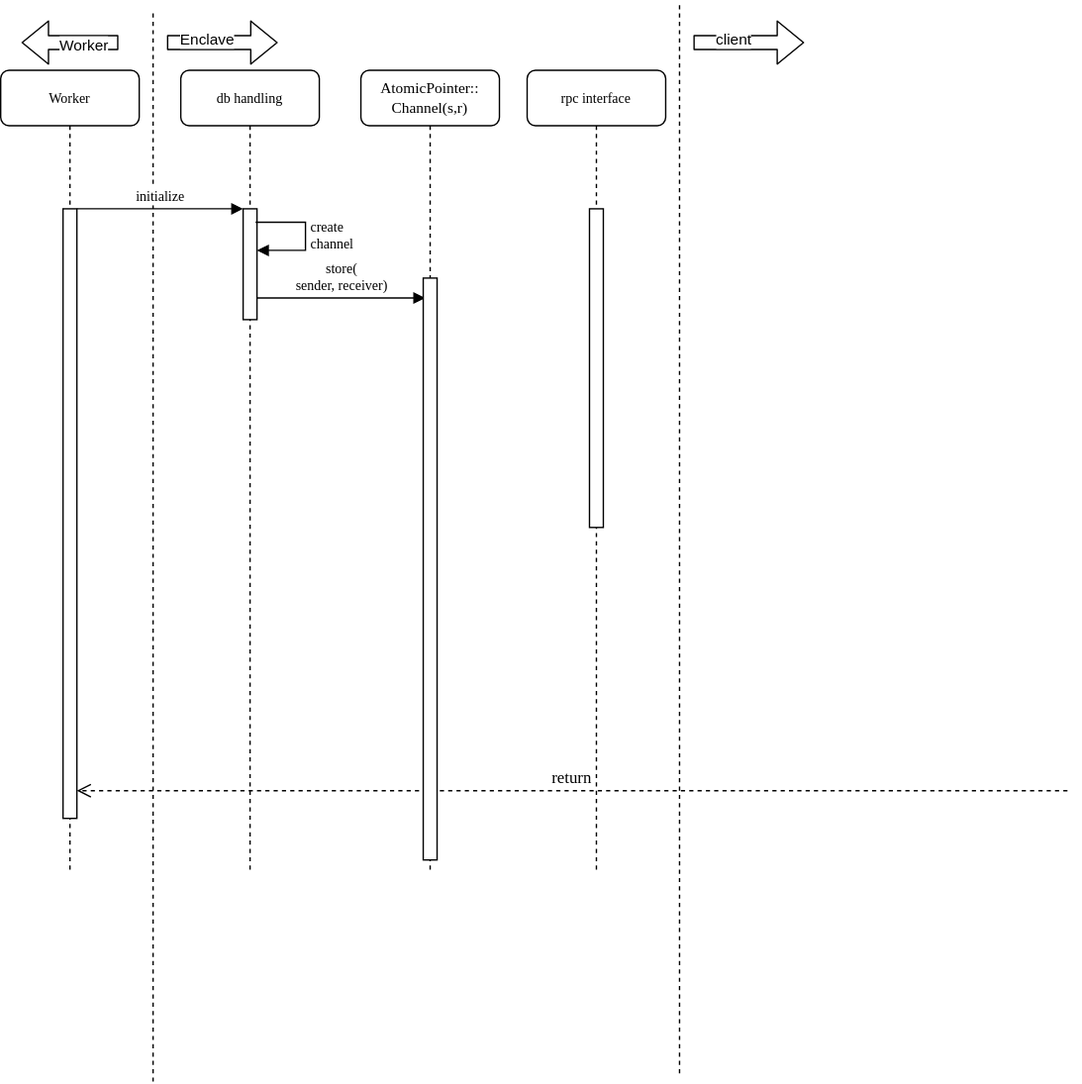
Above: database_thread.svg in haerdib/substraTEE_diagramms (draw.io), before the change. Source tidied: cells renumbered, new cells last; positions are measured from the earlier drawing's top-left corner, leaving out a move shared by most shapes.
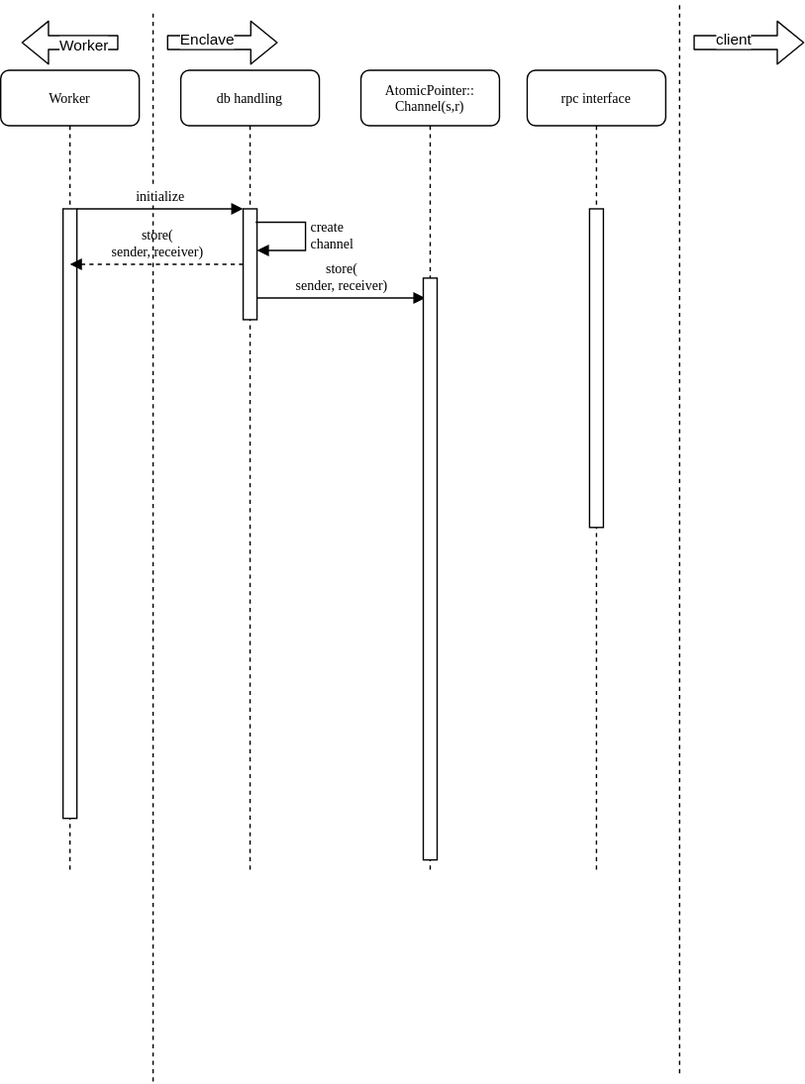
After the change.

What changed in the source:
```diff
@@ -30,14 +30,6 @@
         <mxPoint x="306.4" y="214.4" as="targetPoint" />
       </mxGeometry>
     </mxCell>
-    <mxCell id="8" value="return" style="html=1;verticalAlign=bottom;endArrow=open;dashed=1;endSize=8;labelBackgroundColor=none;fontFamily=Verdana;fontSize=12;edgeStyle=elbowEdgeStyle;elbow=vertical;" parent="1" edge="1" target="6">
-      <mxGeometry relative="1" as="geometry">
-        <mxPoint x="770" y="570" as="sourcePoint" />
-        <Array as="points">
-          <mxPoint x="470" y="570" />
-        </Array>
-      </mxGeometry>
-    </mxCell>
     <mxCell id="9" style="endArrow=none;dashed=1;html=1;" parent="1" edge="1">
       <mxGeometry relative="1" as="geometry">
         <mxPoint x="110" y="780" as="sourcePoint" />
@@ -90,11 +82,14 @@
     <mxCell id="19" value="client" style="edgeLabel;html=1;align=center;verticalAlign=middle;" parent="18" vertex="1">
       <mxGeometry x="-0.28" y="2" relative="1" as="geometry" />
     </mxCell>
-    <mxCell id="20" value="&lt;div style=&quot;font-size: 11px&quot;&gt;&lt;font style=&quot;font-size: 11px&quot;&gt;AtomicPointer::&lt;/font&gt;&lt;/div&gt;&lt;div style=&quot;font-size: 11px&quot;&gt;&lt;font style=&quot;font-size: 11px&quot;&gt;Channel(s,r)&lt;br&gt;&lt;/font&gt;&lt;/div&gt;" style="shape=umlLifeline;perimeter=lifelinePerimeter;whiteSpace=wrap;html=1;rounded=1;shadow=0;comic=0;labelBackgroundColor=none;strokeWidth=1;fontFamily=Verdana;fontSize=12;align=center;" parent="1" vertex="1">
+    <mxCell id="20" value="&lt;div style=&quot;font-size: 11px&quot;&gt;&lt;font style=&quot;font-size: 10px&quot;&gt;&lt;font style=&quot;font-size: 10px&quot;&gt;AtomicPointer&lt;/font&gt;::&lt;/font&gt;&lt;/div&gt;&lt;div style=&quot;font-size: 10px&quot;&gt;&lt;font style=&quot;font-size: 10px&quot;&gt;Channel(s,r)&lt;br&gt;&lt;/font&gt;&lt;/div&gt;" style="shape=umlLifeline;perimeter=lifelinePerimeter;whiteSpace=wrap;html=1;rounded=1;shadow=0;comic=0;labelBackgroundColor=none;strokeWidth=1;fontFamily=Verdana;fontSize=12;align=center;" parent="1" vertex="1">
       <mxGeometry x="260" y="50" width="100" height="580" as="geometry" />
     </mxCell>
     <mxCell id="21" style="html=1;perimeter=orthogonalPerimeter;rounded=0;shadow=0;comic=0;labelBackgroundColor=none;strokeWidth=1;fontFamily=Verdana;fontSize=12;align=center;" parent="20" vertex="1">
       <mxGeometry x="45" y="150" width="10" height="420" as="geometry" />
     </mxCell>
+    <mxCell id="22" value="&lt;div style=&quot;font-size: 10px&quot;&gt;&lt;font style=&quot;font-size: 10px&quot;&gt;store(&lt;/font&gt;&lt;/div&gt;&lt;div style=&quot;font-size: 10px&quot;&gt;&lt;font style=&quot;font-size: 10px&quot;&gt;sender, receiver)&lt;/font&gt;&lt;/div&gt;" style="html=1;verticalAlign=bottom;endArrow=block;labelBackgroundColor=none;fontFamily=Verdana;fontSize=12;dashed=1;" parent="1" edge="1" source="3" target="5">
+      <mxGeometry relative="1" as="geometry" />
+    </mxCell>
   </root>
 </mxGraphModel>
```
